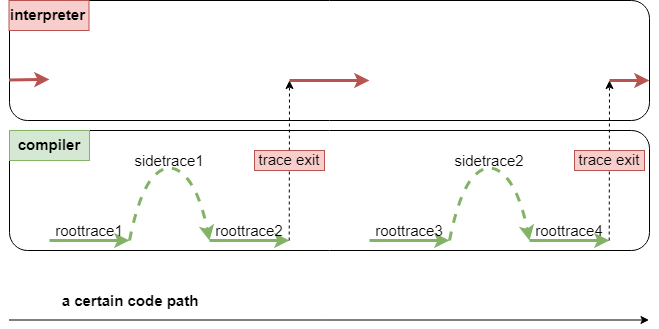
Before: LuaJIT/trace-glance-1.png, a diagram exported from draw.io (tweyseo/gallery). Source tidied: cells renumbered, new cells last; positions are measured from the earlier drawing's top-left corner, leaving out a move shared by most shapes. Its diagram source:
```xml
<mxGraphModel>
  <root>
    <mxCell id="0" />
    <mxCell id="1" parent="0" />
    <mxCell id="2" style="rounded=1;whiteSpace=wrap;html=1;fontSize=15;fontFamily=Helvetica;" parent="1" vertex="1">
      <mxGeometry width="640" height="120" as="geometry" />
    </mxCell>
    <mxCell id="3" style="rounded=1;whiteSpace=wrap;html=1;fontSize=15;fontFamily=Helvetica;" parent="1" vertex="1">
      <mxGeometry y="130" width="640" height="120" as="geometry" />
    </mxCell>
    <mxCell id="4" style="endArrow=classic;html=1;strokeWidth=1;rounded=1;endFill=1;fontFamily=Helvetica;fontSize=15;" parent="1" edge="1">
      <mxGeometry relative="1" as="geometry">
        <mxPoint x="-0.5" y="319.5" as="sourcePoint" />
        <mxPoint x="639.5" y="319.5" as="targetPoint" />
      </mxGeometry>
    </mxCell>
    <mxCell id="5" style="endArrow=classic;html=1;strokeWidth=3;fillColor=#d5e8d4;strokeColor=#82b366;fontFamily=Helvetica;fontSize=15;" parent="1" edge="1">
      <mxGeometry relative="1" as="geometry">
        <mxPoint x="40" y="240" as="sourcePoint" />
        <mxPoint x="120" y="240" as="targetPoint" />
      </mxGeometry>
    </mxCell>
    <mxCell id="6" style="endArrow=classic;html=1;strokeWidth=3;fillColor=#d5e8d4;strokeColor=#82b366;fontFamily=Helvetica;fontSize=15;" parent="1" edge="1">
      <mxGeometry relative="1" as="geometry">
        <mxPoint x="200" y="240" as="sourcePoint" />
        <mxPoint x="280" y="240" as="targetPoint" />
      </mxGeometry>
    </mxCell>
    <mxCell id="7" style="endArrow=classic;html=1;strokeWidth=3;fillColor=#d5e8d4;strokeColor=#82b366;fontFamily=Helvetica;fontSize=15;" parent="1" edge="1">
      <mxGeometry relative="1" as="geometry">
        <mxPoint x="360" y="240" as="sourcePoint" />
        <mxPoint x="440" y="240" as="targetPoint" />
      </mxGeometry>
    </mxCell>
    <mxCell id="8" style="endArrow=classic;html=1;strokeWidth=3;fillColor=#d5e8d4;strokeColor=#82b366;fontFamily=Helvetica;fontSize=15;" parent="1" edge="1">
      <mxGeometry relative="1" as="geometry">
        <mxPoint x="520" y="240" as="sourcePoint" />
        <mxPoint x="600" y="240" as="targetPoint" />
      </mxGeometry>
    </mxCell>
    <mxCell id="9" style="curved=1;endArrow=classic;html=1;dashed=1;strokeWidth=3;fillColor=#d5e8d4;strokeColor=#82b366;fontFamily=Helvetica;fontSize=15;" parent="1" edge="1">
      <mxGeometry relative="1" as="geometry">
        <mxPoint x="120" y="240" as="sourcePoint" />
        <mxPoint x="200" y="240" as="targetPoint" />
        <Array as="points">
          <mxPoint x="130" y="190" />
          <mxPoint x="160" y="160" />
          <mxPoint x="190" y="190" />
        </Array>
      </mxGeometry>
    </mxCell>
    <mxCell id="10" style="curved=1;endArrow=classic;html=1;dashed=1;strokeWidth=3;fillColor=#d5e8d4;strokeColor=#82b366;fontFamily=Helvetica;fontSize=15;" parent="1" edge="1">
      <mxGeometry relative="1" as="geometry">
        <mxPoint x="440" y="240" as="sourcePoint" />
        <mxPoint x="520" y="240" as="targetPoint" />
        <Array as="points">
          <mxPoint x="450" y="190" />
          <mxPoint x="480" y="160" />
          <mxPoint x="510" y="190" />
        </Array>
      </mxGeometry>
    </mxCell>
    <mxCell id="11" value="&lt;b style=&quot;font-size: 15px;&quot;&gt;a certain&amp;nbsp;&lt;/b&gt;&lt;b style=&quot;font-size: 15px;&quot;&gt;code path&lt;/b&gt;" style="text;html=1;strokeColor=none;fillColor=none;align=center;verticalAlign=middle;whiteSpace=wrap;rounded=0;fontSize=15;fontFamily=Helvetica;" parent="1" vertex="1">
      <mxGeometry x="40" y="280" width="160" height="40" as="geometry" />
    </mxCell>
    <mxCell id="12" value="roottrace1" style="text;html=1;strokeColor=none;fillColor=none;align=center;verticalAlign=middle;whiteSpace=wrap;rounded=0;fontSize=15;fontFamily=Helvetica;" parent="1" vertex="1">
      <mxGeometry x="40" y="210" width="80" height="40" as="geometry" />
    </mxCell>
    <mxCell id="13" value="roottrace2" style="text;html=1;strokeColor=none;fillColor=none;align=center;verticalAlign=middle;whiteSpace=wrap;rounded=0;fontSize=15;fontFamily=Helvetica;" parent="1" vertex="1">
      <mxGeometry x="200" y="210" width="80" height="40" as="geometry" />
    </mxCell>
    <mxCell id="14" value="roottrace3" style="text;html=1;strokeColor=none;fillColor=none;align=center;verticalAlign=middle;whiteSpace=wrap;rounded=0;fontSize=15;fontFamily=Helvetica;" parent="1" vertex="1">
      <mxGeometry x="360" y="210" width="80" height="40" as="geometry" />
    </mxCell>
    <mxCell id="15" value="roottrace4" style="text;html=1;strokeColor=none;fillColor=none;align=center;verticalAlign=middle;whiteSpace=wrap;rounded=0;fontSize=15;fontFamily=Helvetica;" parent="1" vertex="1">
      <mxGeometry x="520" y="210" width="80" height="40" as="geometry" />
    </mxCell>
    <mxCell id="16" value="sidetrace1" style="text;html=1;strokeColor=none;fillColor=none;align=center;verticalAlign=middle;whiteSpace=wrap;rounded=0;fontSize=15;fontFamily=Helvetica;" parent="1" vertex="1">
      <mxGeometry x="120" y="140" width="80" height="40" as="geometry" />
    </mxCell>
    <mxCell id="17" value="sidetrace2&lt;br style=&quot;font-size: 15px;&quot;&gt;" style="text;html=1;strokeColor=none;fillColor=none;align=center;verticalAlign=middle;whiteSpace=wrap;rounded=0;fontSize=15;fontFamily=Helvetica;" parent="1" vertex="1">
      <mxGeometry x="440" y="140" width="80" height="40" as="geometry" />
    </mxCell>
    <mxCell id="18" value="compiler" style="text;html=1;strokeColor=#82b366;fillColor=#d5e8d4;align=center;verticalAlign=middle;whiteSpace=wrap;rounded=0;fontSize=15;fontStyle=1;fontFamily=Helvetica;" parent="1" vertex="1">
      <mxGeometry y="130" width="80" height="30" as="geometry" />
    </mxCell>
    <mxCell id="19" value="interpreter" style="text;html=1;strokeColor=#b85450;fillColor=#f8cecc;align=center;verticalAlign=middle;whiteSpace=wrap;rounded=0;fontSize=15;fontStyle=1;fontFamily=Helvetica;" parent="1" vertex="1">
      <mxGeometry x="-0.5" width="80" height="30" as="geometry" />
    </mxCell>
    <mxCell id="20" style="endArrow=classic;html=1;strokeWidth=3;fontSize=15;fillColor=#f8cecc;strokeColor=#b85450;fontFamily=Helvetica;" parent="1" edge="1">
      <mxGeometry relative="1" as="geometry">
        <mxPoint x="280" y="80" as="sourcePoint" />
        <mxPoint x="360" y="80" as="targetPoint" />
      </mxGeometry>
    </mxCell>
    <mxCell id="21" style="endArrow=classic;html=1;dashed=1;strokeWidth=1;fontSize=15;exitX=1;exitY=0.75;exitDx=0;exitDy=0;fontFamily=Helvetica;" parent="1" edge="1" source="13">
      <mxGeometry relative="1" as="geometry">
        <mxPoint x="280" y="80" as="targetPoint" />
      </mxGeometry>
    </mxCell>
    <mxCell id="22" value="trace exit" style="text;html=1;strokeColor=#b85450;fillColor=#f8cecc;align=center;verticalAlign=middle;whiteSpace=wrap;rounded=0;fontSize=15;fontFamily=Helvetica;" parent="1" vertex="1">
      <mxGeometry x="245" y="150" width="70" height="20" as="geometry" />
    </mxCell>
    <mxCell id="23" style="endArrow=classic;html=1;strokeWidth=3;fontSize=15;fillColor=#f8cecc;strokeColor=#b85450;fontFamily=Helvetica;" parent="1" edge="1">
      <mxGeometry relative="1" as="geometry">
        <mxPoint x="-0.5" y="79.5" as="sourcePoint" />
        <mxPoint x="40" y="79" as="targetPoint" />
      </mxGeometry>
    </mxCell>
    <mxCell id="24" style="endArrow=classic;html=1;strokeWidth=3;fontSize=15;fillColor=#f8cecc;strokeColor=#b85450;fontFamily=Helvetica;" parent="1" edge="1">
      <mxGeometry relative="1" as="geometry">
        <mxPoint x="600" y="80" as="sourcePoint" />
        <mxPoint x="640" y="80" as="targetPoint" />
      </mxGeometry>
    </mxCell>
    <mxCell id="25" style="endArrow=classic;html=1;dashed=1;strokeWidth=1;fontSize=15;exitX=1;exitY=0.75;exitDx=0;exitDy=0;fontFamily=Helvetica;" parent="1" edge="1">
      <mxGeometry relative="1" as="geometry">
        <mxPoint x="599.7" y="240" as="sourcePoint" />
        <mxPoint x="600" y="80" as="targetPoint" />
      </mxGeometry>
    </mxCell>
    <mxCell id="26" value="trace exit" style="text;html=1;strokeColor=#b85450;fillColor=#f8cecc;align=center;verticalAlign=middle;whiteSpace=wrap;rounded=0;fontSize=15;fontFamily=Helvetica;" parent="1" vertex="1">
      <mxGeometry x="565" y="150" width="70" height="20" as="geometry" />
    </mxCell>
  </root>
</mxGraphModel>
```
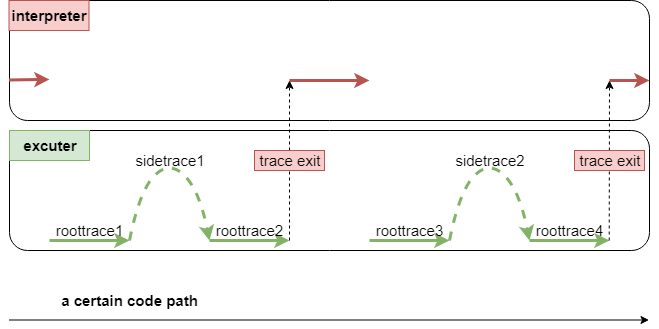
After the change.

Change to the diagram source:
```diff
@@ -81,7 +81,7 @@
     <mxCell id="17" value="sidetrace2&lt;br style=&quot;font-size: 15px;&quot;&gt;" style="text;html=1;strokeColor=none;fillColor=none;align=center;verticalAlign=middle;whiteSpace=wrap;rounded=0;fontSize=15;fontFamily=Helvetica;" parent="1" vertex="1">
       <mxGeometry x="440" y="140" width="80" height="40" as="geometry" />
     </mxCell>
-    <mxCell id="18" value="compiler" style="text;html=1;strokeColor=#82b366;fillColor=#d5e8d4;align=center;verticalAlign=middle;whiteSpace=wrap;rounded=0;fontSize=15;fontStyle=1;fontFamily=Helvetica;" parent="1" vertex="1">
+    <mxCell id="18" value="excuter" style="text;html=1;strokeColor=#82b366;fillColor=#d5e8d4;align=center;verticalAlign=middle;whiteSpace=wrap;rounded=0;fontSize=15;fontStyle=1;fontFamily=Helvetica;" parent="1" vertex="1">
       <mxGeometry y="130" width="80" height="30" as="geometry" />
     </mxCell>
     <mxCell id="19" value="interpreter" style="text;html=1;strokeColor=#b85450;fillColor=#f8cecc;align=center;verticalAlign=middle;whiteSpace=wrap;rounded=0;fontSize=15;fontStyle=1;fontFamily=Helvetica;" parent="1" vertex="1">
```
